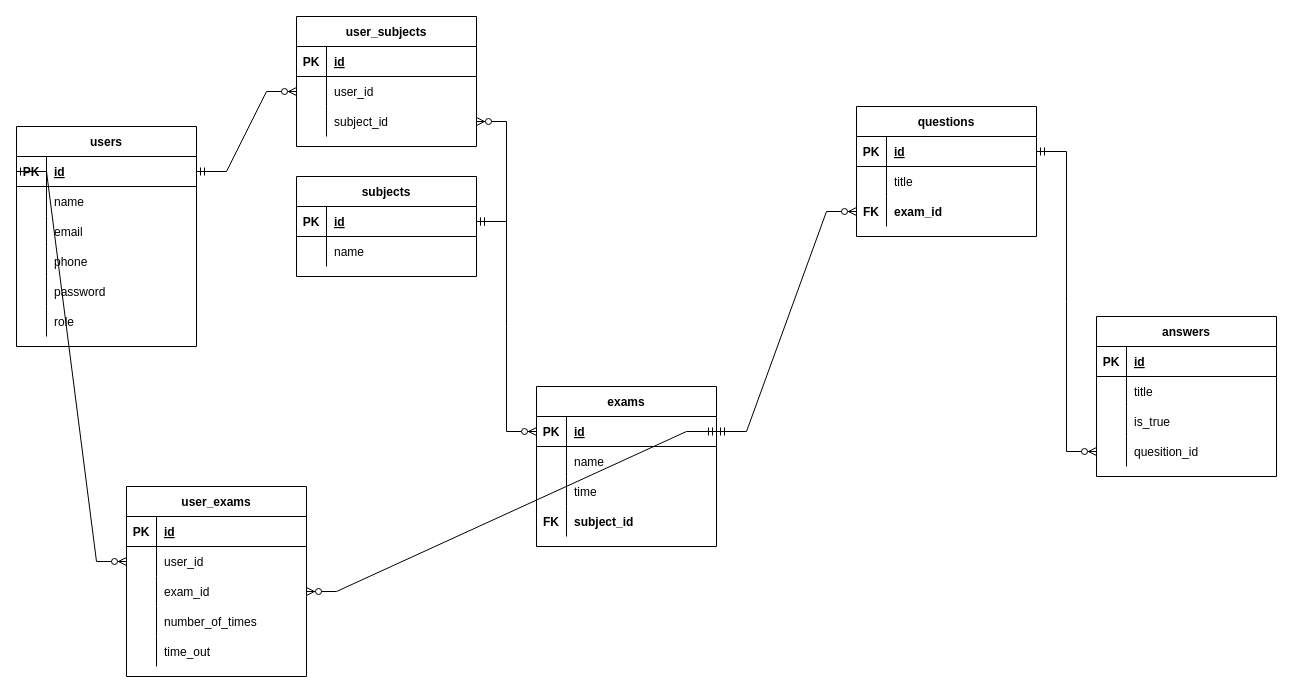
Above: Untitled Diagram.drawio in manh-cuong61/backend_mutiple-choice-test (draw.io), before the change. Source tidied: cells renumbered, new cells numbered last; positions are measured from the earlier drawing's top-left corner, leaving out a move shared by most shapes. Both pictures are drawn from the tidied source at 100%, with x=0, y=0 at pixel (16, 16).
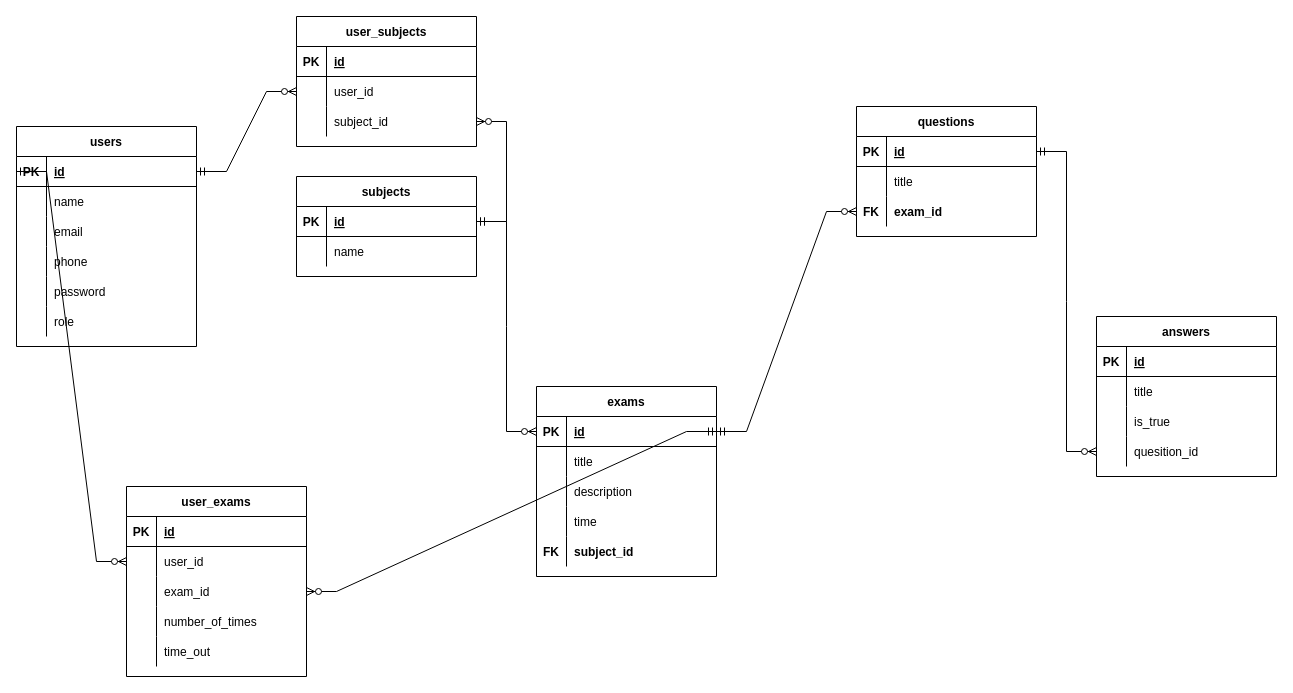
Above is the later version.

Unchanged cells that the change refers to:
```xml
<mxCell id="32" style="shape=tableRow;horizontal=0;startSize=0;swimlaneHead=0;swimlaneBody=0;fillColor=none;top=0;left=0;right=0;bottom=0;" parent="28" vertex="1">
  <mxGeometry y="60" width="180" height="30" as="geometry" />
</mxCell>
```

What changed in the source:
```diff
@@
     <mxCell id="28" value="exams" style="shape=table;startSize=30;childLayout=tableLayout;rowLines=0;fontStyle=1;align=center;" parent="1" vertex="1">
-      <mxGeometry x="520" y="370" width="180" height="160" as="geometry" />
+      <mxGeometry x="520" y="370" width="180" height="190" as="geometry" />
     </mxCell>
@@
-    <mxCell id="34" value="name" style="shape=partialRectangle;fillColor=none;top=0;left=0;bottom=0;right=0;align=left;spacingLeft=6;overflow=hidden;" parent="32" vertex="1">
+    <mxCell id="34" value="title" style="shape=partialRectangle;fillColor=none;top=0;left=0;bottom=0;right=0;align=left;spacingLeft=6;overflow=hidden;" parent="32" vertex="1">
       <mxGeometry x="30" width="150" height="30" as="geometry" />
     </mxCell>
+    <mxCell id="97" style="shape=tableRow;horizontal=0;startSize=0;swimlaneHead=0;swimlaneBody=0;fillColor=none;top=0;left=0;right=0;bottom=0;" parent="28" vertex="1">
+      <mxGeometry y="90" width="180" height="30" as="geometry" />
+    </mxCell>
+    <mxCell id="98" style="shape=partialRectangle;fillColor=none;top=0;left=0;bottom=0;right=0;overflow=hidden;" parent="97" vertex="1">
+      <mxGeometry width="30" height="30" as="geometry" />
+    </mxCell>
+    <mxCell id="99" value="description" style="shape=partialRectangle;fillColor=none;top=0;left=0;bottom=0;right=0;align=left;spacingLeft=6;overflow=hidden;" parent="97" vertex="1">
+      <mxGeometry x="30" width="150" height="30" as="geometry" />
+    </mxCell>
     <mxCell id="35" style="shape=tableRow;horizontal=0;startSize=0;swimlaneHead=0;swimlaneBody=0;fillColor=none;top=0;left=0;right=0;bottom=0;" parent="28" vertex="1">
-      <mxGeometry y="90" width="180" height="30" as="geometry" />
+      <mxGeometry y="120" width="180" height="30" as="geometry" />
     </mxCell>
@@
     <mxCell id="38" style="shape=tableRow;horizontal=0;startSize=0;swimlaneHead=0;swimlaneBody=0;fillColor=none;top=0;left=0;right=0;bottom=0;" parent="28" vertex="1">
-      <mxGeometry y="120" width="180" height="30" as="geometry" />
+      <mxGeometry y="150" width="180" height="30" as="geometry" />
     </mxCell>
```
